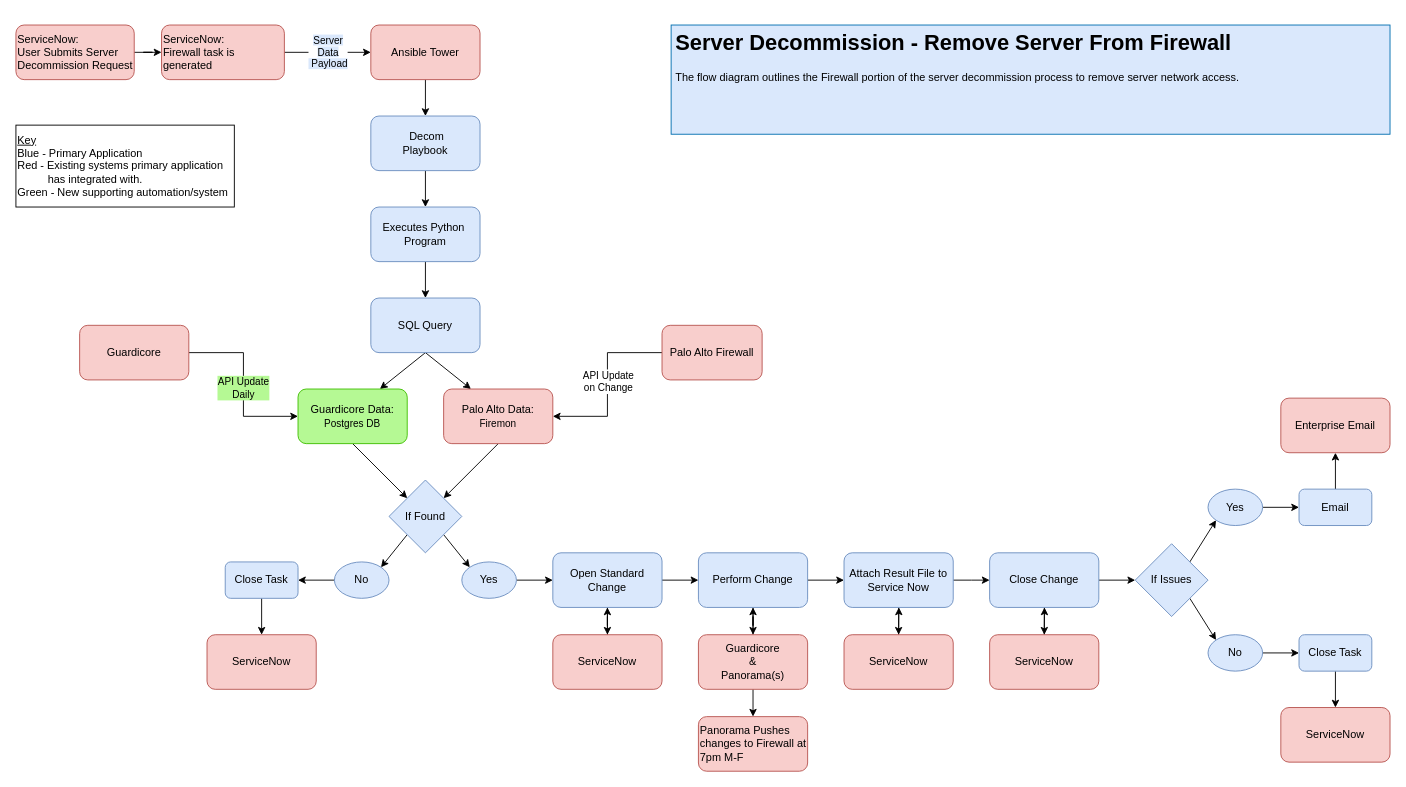
jayatthebay/designs keeps this draw.io diagram as object_decom_lld.drawio. Above is the earlier version. Source tidied: cells renumbered, new cells numbered last; positions are measured from the earlier drawing's top-left corner, leaving out a move shared by most shapes. Both pictures are drawn from the tidied source at 91%, with x=0, y=0 at pixel (15, 25).
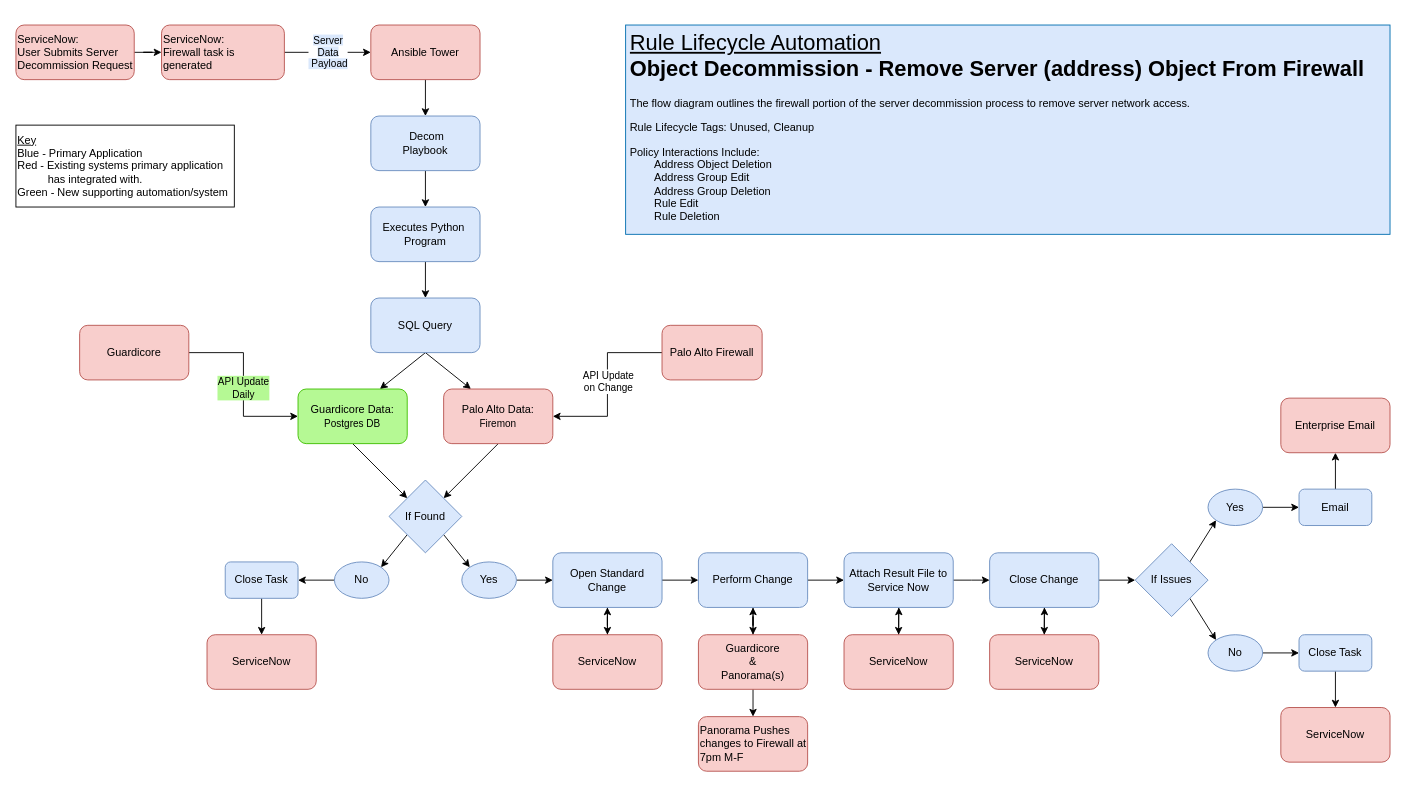
The same diagram, later.

Change to the diagram source:
```diff
@@
-    <mxCell id="43" value="&lt;h1&gt;&lt;font style=&quot;color: rgb(0, 0, 0);&quot;&gt;Server Decommission - Remove Server From Firewall&lt;/font&gt;&lt;/h1&gt;&lt;p&gt;&lt;font style=&quot;color: rgb(0, 0, 0);&quot;&gt;The flow diagram outlines the Firewall portion of the server decommission process to remove server network access.&lt;/font&gt;&lt;/p&gt;" style="text;html=1;strokeColor=#006EAF;fillColor=#DAE8FC;spacing=5;spacingTop=-20;whiteSpace=wrap;overflow=hidden;rounded=0;fontColor=#ffffff;" parent="1" vertex="1">
-      <mxGeometry x="720" width="790" height="120" as="geometry" />
+    <mxCell id="43" value="&lt;h1&gt;&lt;font style=&quot;color: rgb(0, 0, 0);&quot;&gt;&lt;span style=&quot;font-weight: normal;&quot;&gt;&lt;u&gt;Rule Lifecycle Automation&lt;/u&gt;&lt;/span&gt;&lt;br&gt;Object Decommission - Remove Server (address) Object From Firewall&lt;/font&gt;&lt;/h1&gt;&lt;p&gt;&lt;font style=&quot;color: rgb(0, 0, 0);&quot;&gt;The flow diagram outlines the firewall portion of the server decommission process to remove server network access.&lt;/font&gt;&lt;/p&gt;&lt;p&gt;&lt;font style=&quot;color: rgb(0, 0, 0);&quot;&gt;Rule Lifecycle Tags: Unused, Cleanup&lt;/font&gt;&lt;/p&gt;&lt;p&gt;&lt;font style=&quot;color: rgb(0, 0, 0);&quot;&gt;Policy Interactions Include:&amp;nbsp;&lt;br&gt;&lt;/font&gt;&lt;span style=&quot;color: light-dark(rgb(0, 0, 0), rgb(237, 237, 237)); background-color: transparent;&quot;&gt;&lt;span style=&quot;white-space: pre;&quot;&gt;&#9;&lt;/span&gt;Address Object Deletion&amp;nbsp;&lt;br&gt;&lt;/span&gt;&lt;span style=&quot;color: light-dark(rgb(0, 0, 0), rgb(237, 237, 237)); background-color: transparent;&quot;&gt;&lt;span style=&quot;white-space: pre;&quot;&gt;&#9;&lt;/span&gt;Address&amp;nbsp;Group Edit&lt;br&gt;&lt;/span&gt;&lt;span style=&quot;color: light-dark(rgb(0, 0, 0), rgb(237, 237, 237)); background-color: transparent;&quot;&gt;&lt;span style=&quot;white-space: pre;&quot;&gt;&#9;&lt;/span&gt;Address&amp;nbsp;Group Deletion&lt;br&gt;&lt;/span&gt;&lt;span style=&quot;color: light-dark(rgb(0, 0, 0), rgb(237, 237, 237)); background-color: transparent;&quot;&gt;&lt;span style=&quot;white-space: pre;&quot;&gt;&#9;&lt;/span&gt;Rule Edit&lt;br&gt;&lt;/span&gt;&lt;span style=&quot;color: light-dark(rgb(0, 0, 0), rgb(237, 237, 237)); background-color: transparent;&quot;&gt;&lt;span style=&quot;white-space: pre;&quot;&gt;&#9;&lt;/span&gt;Rule Deletion&lt;br&gt;&lt;/span&gt;&lt;/p&gt;" style="text;html=1;strokeColor=#006EAF;fillColor=#DAE8FC;spacing=5;spacingTop=-20;whiteSpace=wrap;overflow=hidden;rounded=0;fontColor=#ffffff;" parent="1" vertex="1">
+      <mxGeometry x="670" width="840" height="230" as="geometry" />
     </mxCell>
```
